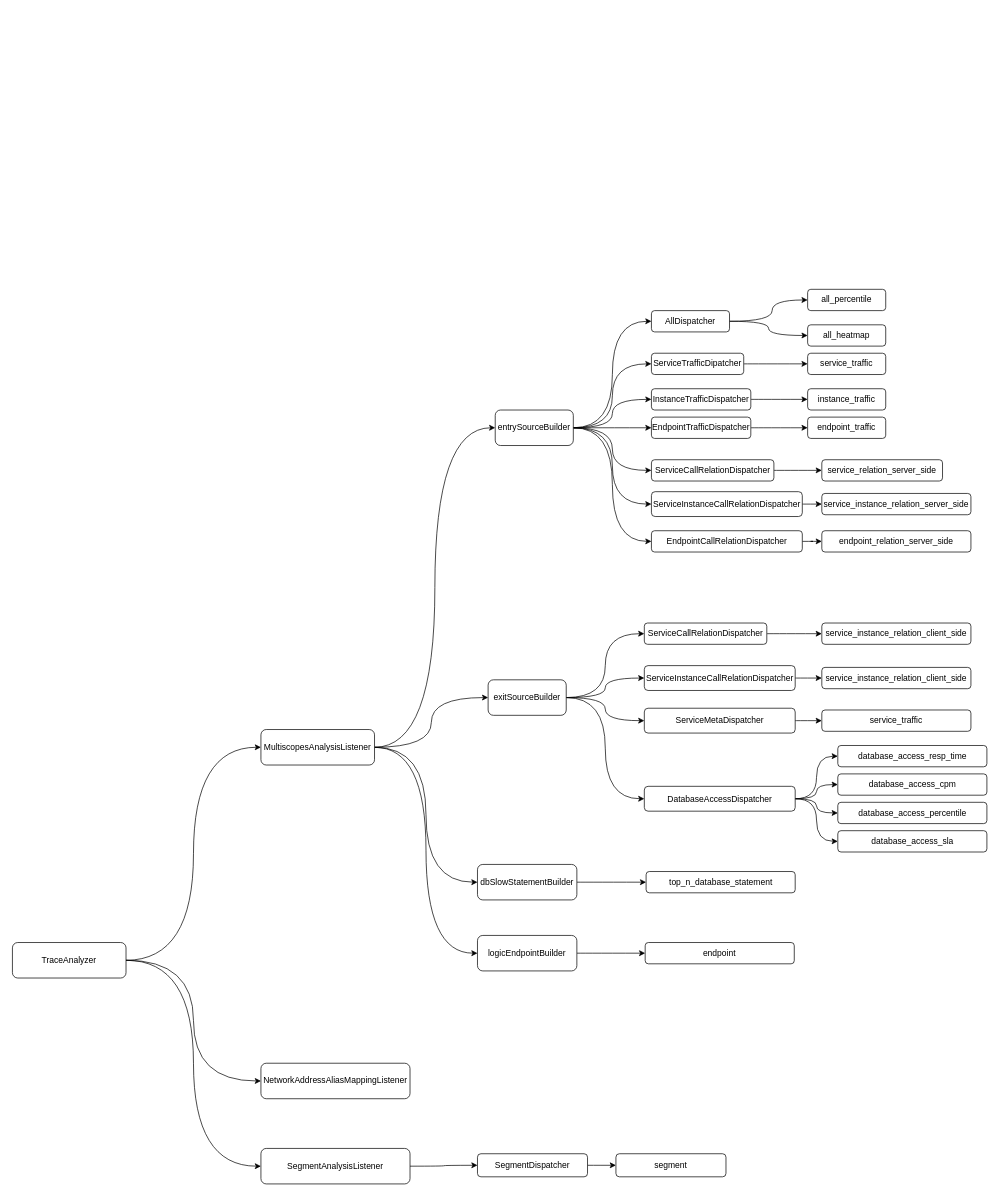
Earlier version of the draw.io diagram Untitled Diagram.drawio (zhufuyin/draw). Source tidied: cells renumbered, new cells numbered last; positions are measured from the earlier drawing's top-left corner, leaving out a move shared by most shapes. Both pictures are drawn from the tidied source at 71%, with x=0, y=0 at pixel (12, 289).
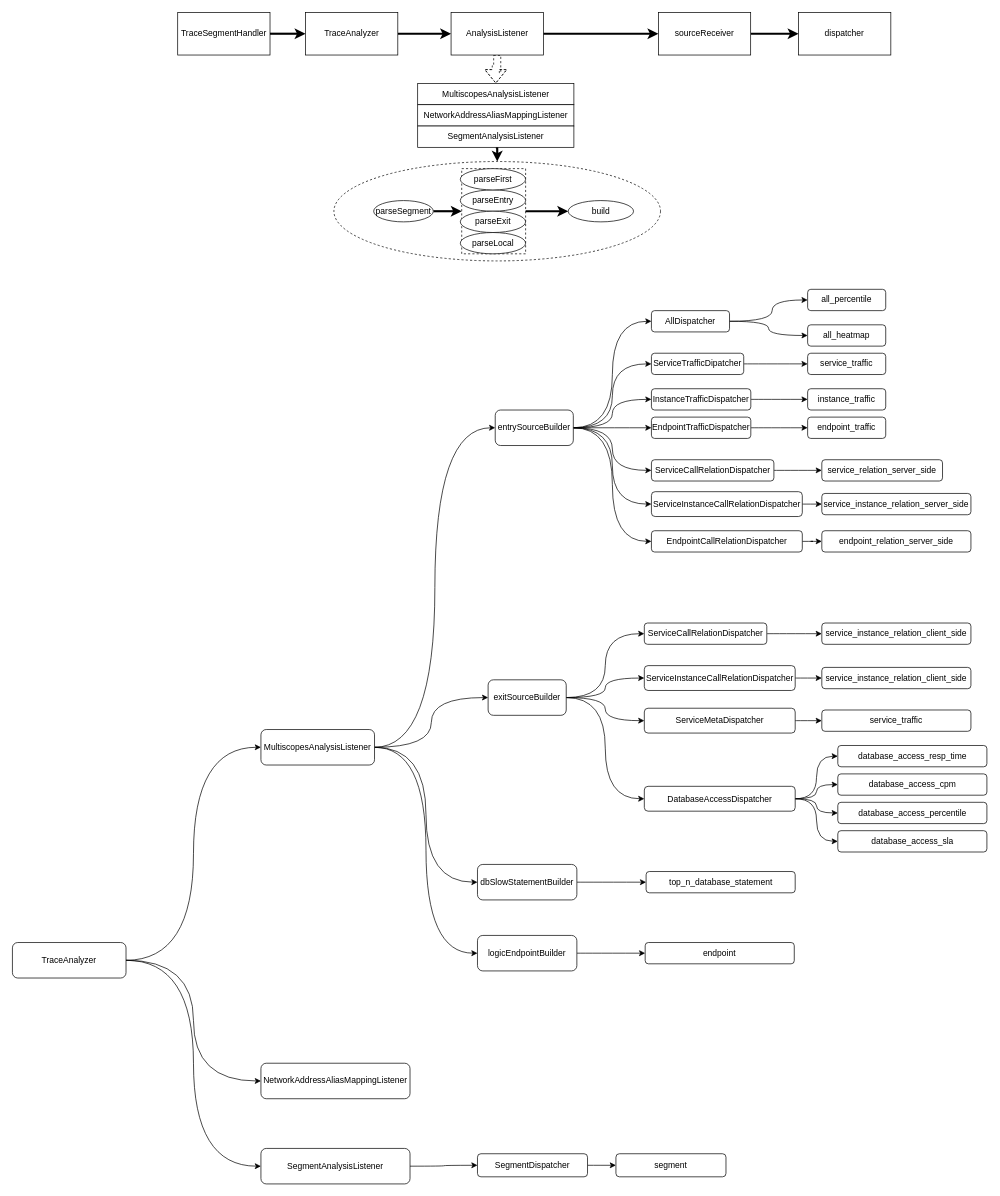
The same page after the edit.

Commit message:
trace analyzer

The edit, as a diff of the source:
```diff
@@
+    <mxCell id="77" style="edgeStyle=orthogonalEdgeStyle;rounded=0;jettySize=auto;html=1;exitX=1;exitY=0.5;exitDx=0;exitDy=0;entryX=0;entryY=0.5;entryDx=0;entryDy=0;strokeWidth=3;" parent="1" edge="1" source="78" target="96">
+      <mxGeometry relative="1" as="geometry" />
+    </mxCell>
+    <mxCell id="78" style="rounded=0;whiteSpace=wrap;html=1;fillColor=none;dashed=1;" parent="1" vertex="1">
+      <mxGeometry x="632.8" y="-170" width="90" height="120" as="geometry" />
+    </mxCell>
@@
+    <mxCell id="79" style="edgeStyle=orthogonalEdgeStyle;rounded=0;jettySize=auto;html=1;exitX=1;exitY=0.5;exitDx=0;exitDy=0;entryX=0;entryY=0.5;entryDx=0;entryDy=0;strokeWidth=3;" parent="1" edge="1" source="80" target="82">
+      <mxGeometry relative="1" as="geometry" />
+    </mxCell>
+    <mxCell id="80" value="TraceSegmentHandler" style="rounded=0;whiteSpace=wrap;html=1;" parent="1" vertex="1">
+      <mxGeometry x="232.8" y="-390" width="130" height="60" as="geometry" />
+    </mxCell>
+    <mxCell id="81" style="edgeStyle=orthogonalEdgeStyle;rounded=0;jettySize=auto;html=1;exitX=1;exitY=0.5;exitDx=0;exitDy=0;entryX=0;entryY=0.5;entryDx=0;entryDy=0;strokeWidth=3;" parent="1" edge="1" source="82" target="85">
+      <mxGeometry relative="1" as="geometry" />
+    </mxCell>
+    <mxCell id="82" value="TraceAnalyzer" style="rounded=0;whiteSpace=wrap;html=1;" parent="1" vertex="1">
+      <mxGeometry x="412.8" y="-390" width="130" height="60" as="geometry" />
+    </mxCell>
+    <mxCell id="83" style="edgeStyle=orthogonalEdgeStyle;rounded=0;jettySize=auto;html=1;exitX=1;exitY=0.5;exitDx=0;exitDy=0;entryX=0;entryY=0.5;entryDx=0;entryDy=0;strokeWidth=3;" parent="1" edge="1" source="85" target="98">
+      <mxGeometry relative="1" as="geometry" />
+    </mxCell>
+    <mxCell id="84" style="edgeStyle=orthogonalEdgeStyle;rounded=0;jettySize=auto;html=1;exitX=0.5;exitY=1;exitDx=0;exitDy=0;entryX=0.5;entryY=0;entryDx=0;entryDy=0;strokeWidth=1;dashed=1;shape=flexArrow;" parent="1" edge="1" source="85" target="86">
+      <mxGeometry relative="1" as="geometry" />
+    </mxCell>
+    <mxCell id="85" value="AnalysisListener" style="rounded=0;whiteSpace=wrap;html=1;" parent="1" vertex="1">
+      <mxGeometry x="617.8" y="-390" width="130" height="60" as="geometry" />
+    </mxCell>
+    <mxCell id="86" value="MultiscopesAnalysisListener" style="rounded=0;whiteSpace=wrap;html=1;" parent="1" vertex="1">
+      <mxGeometry x="570.8" y="-290" width="220" height="30" as="geometry" />
+    </mxCell>
+    <mxCell id="87" value="NetworkAddressAliasMappingListener" style="rounded=0;whiteSpace=wrap;html=1;" parent="1" vertex="1">
+      <mxGeometry x="570.8" y="-260" width="220" height="30" as="geometry" />
+    </mxCell>
+    <mxCell id="88" style="edgeStyle=orthogonalEdgeStyle;rounded=0;jettySize=auto;html=1;exitX=0.5;exitY=1;exitDx=0;exitDy=0;strokeWidth=3;entryX=0.5;entryY=0;entryDx=0;entryDy=0;" parent="1" edge="1" source="89" target="100">
+      <mxGeometry relative="1" as="geometry" />
+    </mxCell>
+    <mxCell id="89" value="SegmentAnalysisListener" style="rounded=0;whiteSpace=wrap;html=1;" parent="1" vertex="1">
+      <mxGeometry x="570.8" y="-230" width="220" height="30" as="geometry" />
+    </mxCell>
+    <mxCell id="90" value="parseEntry" style="ellipse;whiteSpace=wrap;html=1;" parent="1" vertex="1">
+      <mxGeometry x="630.8" y="-140" width="92" height="30" as="geometry" />
+    </mxCell>
+    <mxCell id="91" value="parseFirst" style="ellipse;whiteSpace=wrap;html=1;" parent="1" vertex="1">
+      <mxGeometry x="630.8" y="-170" width="92" height="30" as="geometry" />
+    </mxCell>
+    <mxCell id="92" value="parseExit" style="ellipse;whiteSpace=wrap;html=1;" parent="1" vertex="1">
+      <mxGeometry x="630.8" y="-110" width="92" height="30" as="geometry" />
+    </mxCell>
+    <mxCell id="93" style="edgeStyle=orthogonalEdgeStyle;rounded=0;jettySize=auto;html=1;exitX=1;exitY=0.5;exitDx=0;exitDy=0;entryX=0;entryY=0.5;entryDx=0;entryDy=0;strokeWidth=3;" parent="1" edge="1" source="94" target="78">
+      <mxGeometry relative="1" as="geometry" />
+    </mxCell>
+    <mxCell id="94" value="parseSegment" style="ellipse;whiteSpace=wrap;html=1;" parent="1" vertex="1">
+      <mxGeometry x="508.8" y="-125" width="84" height="30" as="geometry" />
+    </mxCell>
+    <mxCell id="95" value="parseLocal" style="ellipse;whiteSpace=wrap;html=1;" parent="1" vertex="1">
+      <mxGeometry x="630.8" y="-80" width="92" height="30" as="geometry" />
+    </mxCell>
+    <mxCell id="96" value="build" style="ellipse;whiteSpace=wrap;html=1;" parent="1" vertex="1">
+      <mxGeometry x="782.8" y="-125" width="92" height="30" as="geometry" />
+    </mxCell>
+    <mxCell id="97" style="edgeStyle=orthogonalEdgeStyle;rounded=0;jettySize=auto;html=1;exitX=1;exitY=0.5;exitDx=0;exitDy=0;entryX=0;entryY=0.5;entryDx=0;entryDy=0;strokeWidth=3;" parent="1" edge="1" source="98" target="99">
+      <mxGeometry relative="1" as="geometry" />
+    </mxCell>
+    <mxCell id="98" value="sourceReceiver" style="rounded=0;whiteSpace=wrap;html=1;" parent="1" vertex="1">
+      <mxGeometry x="909.8" y="-390" width="130" height="60" as="geometry" />
+    </mxCell>
+    <mxCell id="99" value="dispatcher" style="rounded=0;whiteSpace=wrap;html=1;" parent="1" vertex="1">
+      <mxGeometry x="1107.2" y="-390" width="130" height="60" as="geometry" />
+    </mxCell>
+    <mxCell id="100" style="ellipse;whiteSpace=wrap;html=1;dashed=1;fillColor=none;" parent="1" vertex="1">
+      <mxGeometry x="452.8" y="-180" width="460" height="140" as="geometry" />
+    </mxCell>
```
